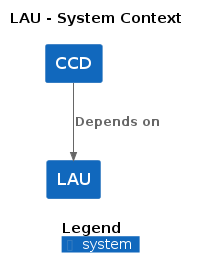
This is docs/c4/lau/images/structurizr-lau-context.png from hmcts/cnp-api-docs, a PlantUML export, as it was before one commit. Source of this version:
```plantuml
@startuml
title LAU - System Context

top to bottom direction

!include https://raw.githubusercontent.com/plantuml-stdlib/C4-PlantUML/master/C4.puml
!include https://raw.githubusercontent.com/plantuml-stdlib/C4-PlantUML/master/C4_Context.puml

System(LAU, "LAU", "", $tags="")
System(CCD, "CCD", "", $tags="")

Rel_D(CCD, LAU, "Depends on", $tags="")

SHOW_DYNAMIC_LEGEND()
@enduml
```
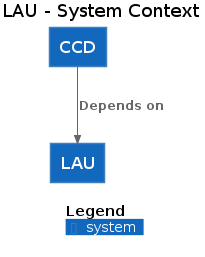
Later version of the same file.

The edit, as a diff of the source:
```diff
@@ -3,13 +3,13 @@
 
 top to bottom direction
 
-!include https://raw.githubusercontent.com/plantuml-stdlib/C4-PlantUML/master/C4.puml
-!include https://raw.githubusercontent.com/plantuml-stdlib/C4-PlantUML/master/C4_Context.puml
+!includeurl https://raw.githubusercontent.com/plantuml-stdlib/C4-PlantUML/master/C4.puml
+!includeurl https://raw.githubusercontent.com/plantuml-stdlib/C4-PlantUML/master/C4_Context.puml
 
-System(LAU, "LAU", "", $tags="")
-System(CCD, "CCD", "", $tags="")
+System(LAU, "LAU", "")
+System(CCD, "CCD", "")
 
-Rel_D(CCD, LAU, "Depends on", $tags="")
+Rel_D(CCD, LAU, "Depends on")
 
 SHOW_DYNAMIC_LEGEND()
 @enduml
```
